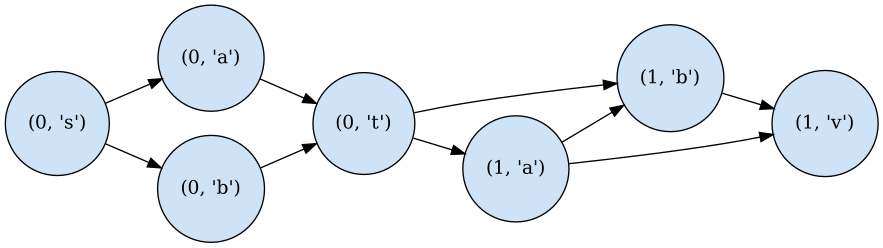
The Graphviz diagram examples/out/06_w_motif_input.png in NafisehJ/diploidgraph, before a commit. Its source is kept beside it as examples/out/06_w_motif_input.dot.
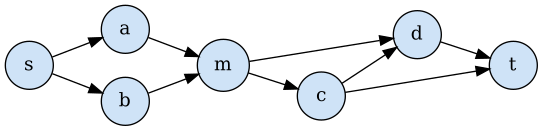
Above is the later version.

The edit, as a diff of the source:
```diff
@@ -1,20 +1,20 @@
 digraph G {
   rankdir=LR;
   node [shape=circle, style=filled, fillcolor="#cfe3f7"];
-  "(0, 's')";
-  "(0, 'a')";
-  "(0, 'b')";
-  "(0, 't')";
-  "(1, 'a')";
-  "(1, 'b')";
-  "(1, 'v')";
-  "(0, 's')" -> "(0, 'a')";
-  "(0, 's')" -> "(0, 'b')";
-  "(0, 'a')" -> "(0, 't')";
-  "(0, 'b')" -> "(0, 't')";
-  "(0, 't')" -> "(1, 'a')";
-  "(0, 't')" -> "(1, 'b')";
-  "(1, 'a')" -> "(1, 'b')";
-  "(1, 'a')" -> "(1, 'v')";
-  "(1, 'b')" -> "(1, 'v')";
+  "s";
+  "a";
+  "b";
+  "m";
+  "c";
+  "d";
+  "t";
+  "s" -> "b";
+  "s" -> "a";
+  "a" -> "m";
+  "b" -> "m";
+  "m" -> "d";
+  "m" -> "c";
+  "c" -> "t";
+  "c" -> "d";
+  "d" -> "t";
 }
```
